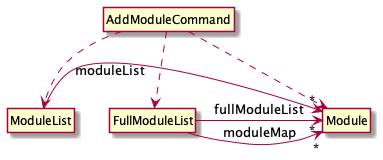
The PlantUML diagram docs/images/ModuleComponentDiagram.png in nus-cs2113-AY2122S1/tp, before a commit.
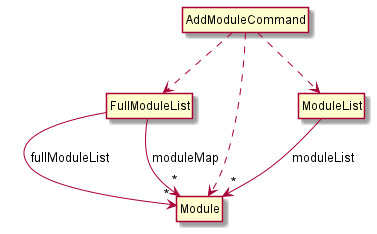
The same diagram one commit later.

Commit message:
Rearrange ModuleComponentDiagram

What changed in the source:
```diff
@@ -6,7 +6,7 @@
 class ModuleList
 class FullModuleList
 
-ModuleList -> "*" Module : moduleList
+ModuleList -down-> "*" Module : moduleList
 FullModuleList -> "*" Module : fullModuleList
 FullModuleList -> "*" Module : moduleMap
 
```
